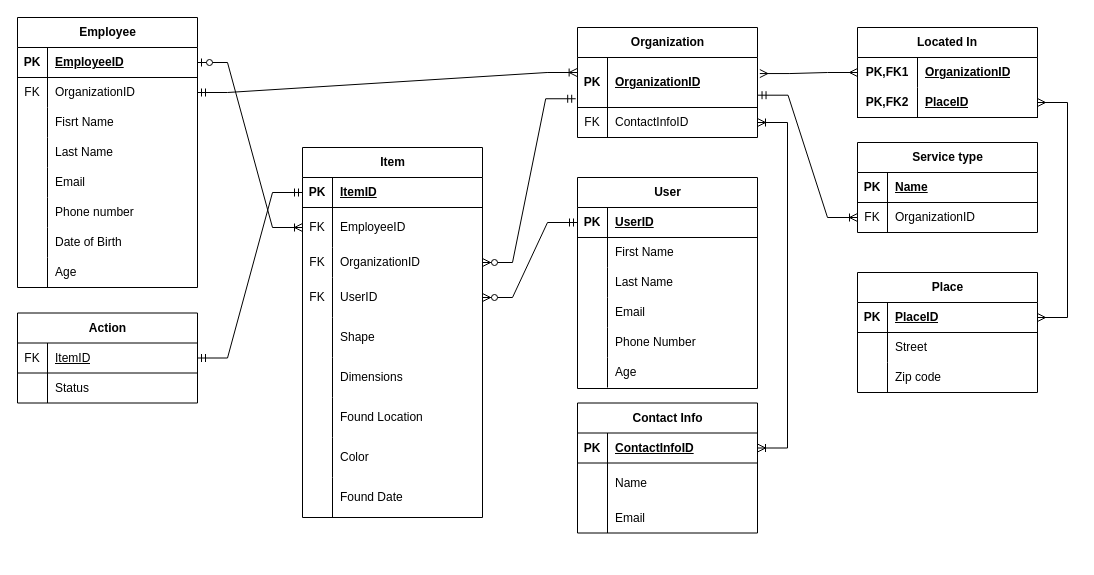
Above: logical model.drawio in igor2080/db1_large_project (draw.io), before the change. Source tidied: cells renumbered, new cells numbered last; positions are measured from the earlier drawing's top-left corner, leaving out a move shared by most shapes. Both pictures are drawn from the tidied source at 100%, with x=0, y=0 at pixel (17, 17).
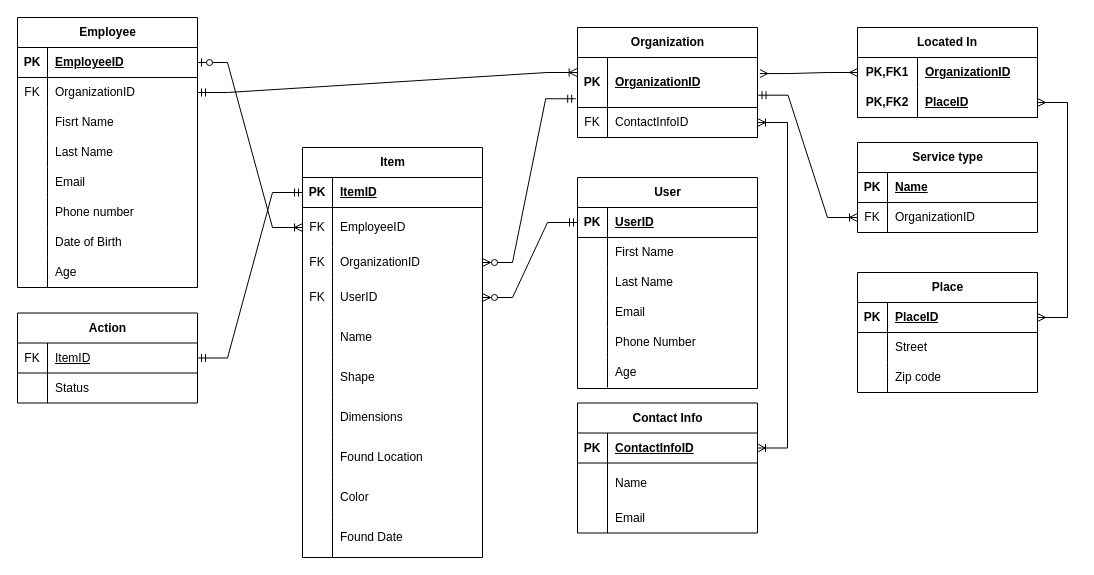
The same page after the edit.

Commit message (it also covers changes not shown here):
add name field to item

Change to the diagram source:
```diff
@@
     <mxCell id="52" value="Item" style="shape=table;startSize=30;childLayout=tableLayout;rowLines=0;fontStyle=1;align=center;html=1;" parent="1" vertex="1">
-      <mxGeometry x="285" y="130" width="180" height="370" as="geometry" />
+      <mxGeometry x="285" y="130" width="180" height="410" as="geometry" />
     </mxCell>
@@
+    <mxCell id="132" style="shape=tableRow;horizontal=0;startSize=0;swimlaneHead=0;swimlaneBody=0;fillColor=none;top=0;left=0;right=0;bottom=0;" parent="52" vertex="1">
+      <mxGeometry y="170" width="180" height="40" as="geometry" />
+    </mxCell>
+    <mxCell id="133" style="shape=partialRectangle;fillColor=none;top=0;left=0;bottom=0;right=0;overflow=hidden;whiteSpace=wrap;html=1;" parent="132" vertex="1">
+      <mxGeometry width="30" height="40" as="geometry" />
+    </mxCell>
+    <mxCell id="134" value="Name" style="shape=partialRectangle;fillColor=none;top=0;left=0;bottom=0;right=0;align=left;spacingLeft=6;overflow=hidden;whiteSpace=wrap;html=1;" parent="132" vertex="1">
+      <mxGeometry x="30" width="150" height="40" as="geometry" />
+    </mxCell>
     <mxCell id="65" style="shape=tableRow;horizontal=0;startSize=0;swimlaneHead=0;swimlaneBody=0;fillColor=none;top=0;left=0;right=0;bottom=0;" parent="52" vertex="1">
-      <mxGeometry y="170" width="180" height="40" as="geometry" />
+      <mxGeometry y="210" width="180" height="40" as="geometry" />
     </mxCell>
@@
     <mxCell id="68" style="shape=tableRow;horizontal=0;startSize=0;swimlaneHead=0;swimlaneBody=0;fillColor=none;top=0;left=0;right=0;bottom=0;" parent="52" vertex="1">
-      <mxGeometry y="210" width="180" height="40" as="geometry" />
+      <mxGeometry y="250" width="180" height="40" as="geometry" />
     </mxCell>
@@
     <mxCell id="71" style="shape=tableRow;horizontal=0;startSize=0;swimlaneHead=0;swimlaneBody=0;fillColor=none;top=0;left=0;right=0;bottom=0;" parent="52" vertex="1">
-      <mxGeometry y="250" width="180" height="40" as="geometry" />
+      <mxGeometry y="290" width="180" height="40" as="geometry" />
     </mxCell>
@@
     <mxCell id="74" style="shape=tableRow;horizontal=0;startSize=0;swimlaneHead=0;swimlaneBody=0;fillColor=none;top=0;left=0;right=0;bottom=0;" parent="52" vertex="1">
-      <mxGeometry y="290" width="180" height="40" as="geometry" />
+      <mxGeometry y="330" width="180" height="40" as="geometry" />
     </mxCell>
@@
     <mxCell id="77" style="shape=tableRow;horizontal=0;startSize=0;swimlaneHead=0;swimlaneBody=0;fillColor=none;top=0;left=0;right=0;bottom=0;" parent="52" vertex="1">
-      <mxGeometry y="330" width="180" height="40" as="geometry" />
+      <mxGeometry y="370" width="180" height="40" as="geometry" />
     </mxCell>
```
